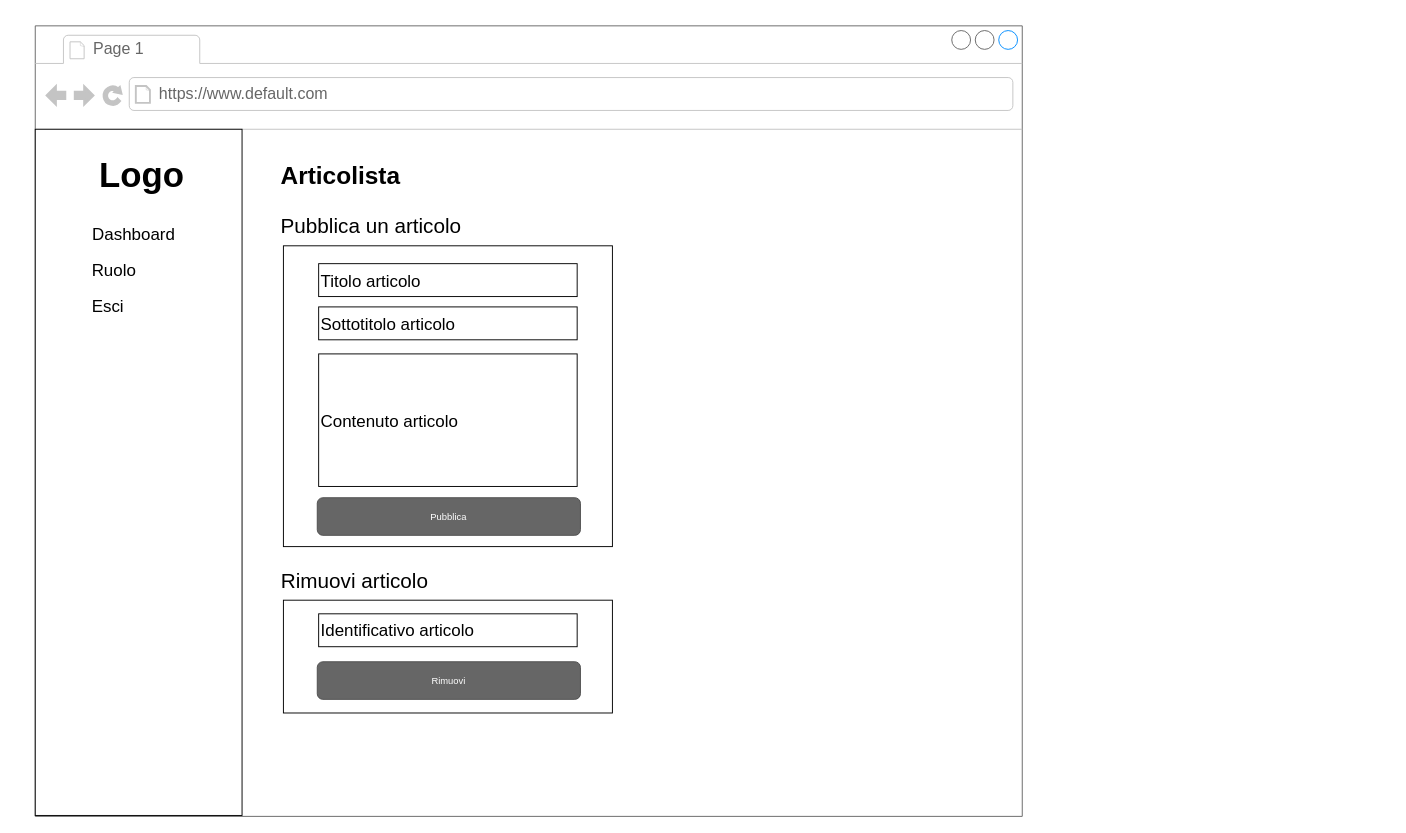
The draw.io diagram 21-10-2021/Risorse/Layouts (.drawio)/Articolista.drawio in is-shodan-20-21/docs, before the edit. Source tidied: cells renumbered, new cells numbered last; positions are measured from the earlier drawing's top-left corner, leaving out a move shared by most shapes. Both pictures are drawn from the tidied source at 94%, with x=0, y=0 at pixel (35, 25).
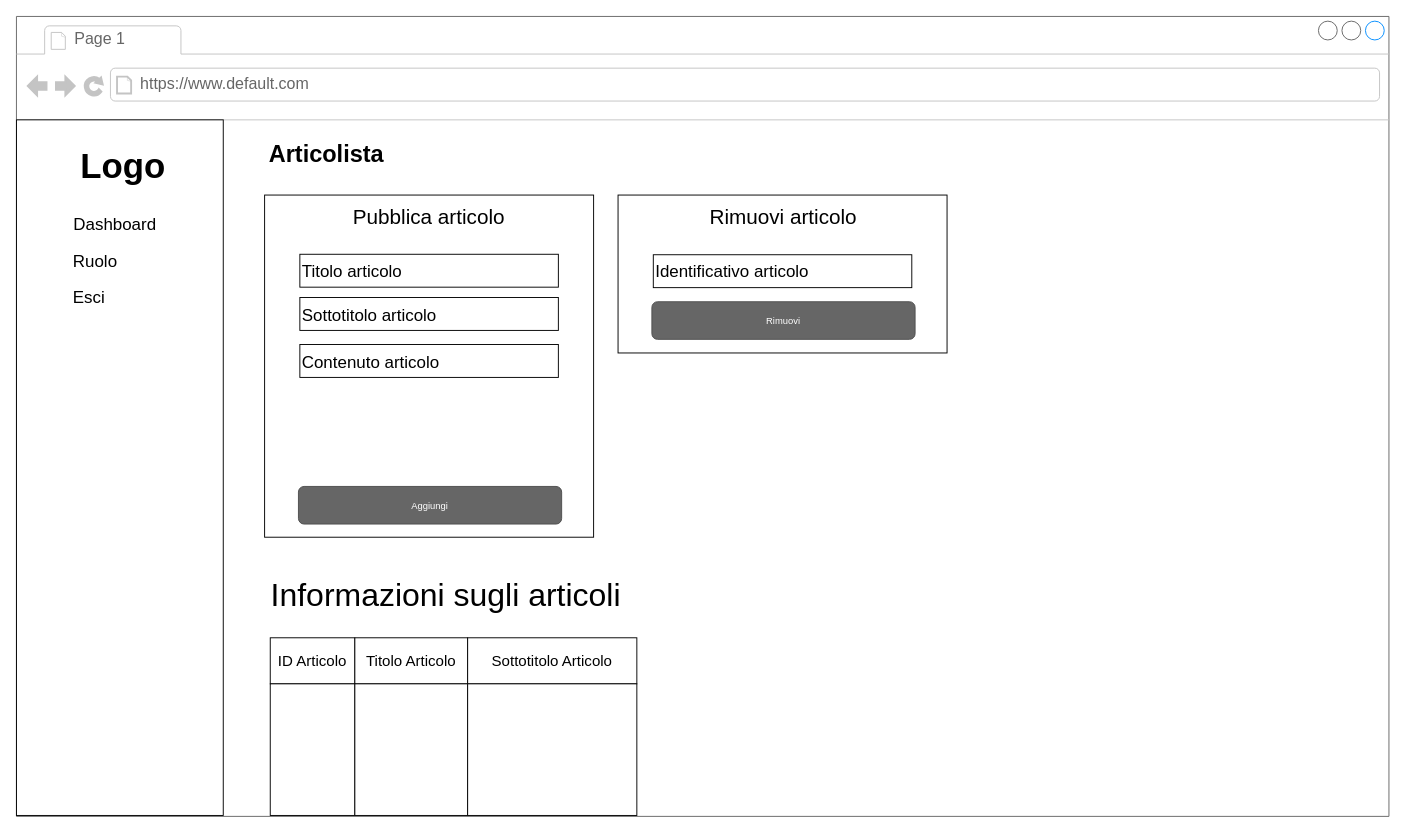
The same page after the edit.

The edit, as a diff of the source:
```diff
@@
-<mxGraphModel background="#ffffff">
+<mxGraphModel>
@@
-    <mxCell id="2" style="strokeWidth=1;shadow=0;dashed=0;align=center;html=1;shape=mxgraph.mockup.containers.browserWindow;rSize=0;strokeColor=#666666;mainText=,;rounded=0;labelBackgroundColor=none;fontFamily=Verdana;fontSize=12;" parent="1" vertex="1">
-      <mxGeometry width="1050" height="841" as="geometry" />
-    </mxCell>
+    <mxCell id="21" style="strokeWidth=1;shadow=0;dashed=0;align=center;html=1;shape=mxgraph.mockup.containers.browserWindow;rSize=0;strokeColor=#666666;mainText=,;rounded=0;labelBackgroundColor=none;fontFamily=Verdana;fontSize=12;fillColor=#FFFFFF;" parent="1" vertex="1">
+      <mxGeometry x="-20" y="-10" width="1460.1" height="851" as="geometry" />
+    </mxCell>
-    <mxCell id="3" value="Page 1" style="strokeWidth=1;shadow=0;dashed=0;align=center;html=1;shape=mxgraph.mockup.containers.anchor;fontSize=17;fontColor=#666666;align=left;" parent="2" vertex="1">
+    <mxCell id="3" value="Page 1" style="strokeWidth=1;shadow=0;dashed=0;align=center;html=1;shape=mxgraph.mockup.containers.anchor;fontSize=17;fontColor=#666666;align=left;" parent="21" vertex="1">
       <mxGeometry x="60" y="12" width="110" height="26" as="geometry" />
     </mxCell>
-    <mxCell id="4" value="https://www.default.com" style="strokeWidth=1;shadow=0;dashed=0;align=center;html=1;shape=mxgraph.mockup.containers.anchor;rSize=0;fontSize=17;fontColor=#666666;align=left;" parent="2" vertex="1">
+    <mxCell id="4" value="https://www.default.com" style="strokeWidth=1;shadow=0;dashed=0;align=center;html=1;shape=mxgraph.mockup.containers.anchor;rSize=0;fontSize=17;fontColor=#666666;align=left;" parent="21" vertex="1">
       <mxGeometry x="130" y="60" width="250" height="26" as="geometry" />
     </mxCell>
-    <mxCell id="5" style="rounded=0;whiteSpace=wrap;html=1;fontSize=34;" parent="2" vertex="1">
-      <mxGeometry y="110" width="220" height="730" as="geometry" />
-    </mxCell>
+    <mxCell id="22" style="rounded=0;whiteSpace=wrap;html=1;fontSize=34;" parent="21" vertex="1">
+      <mxGeometry y="110" width="220" height="740" as="geometry" />
+    </mxCell>
-    <mxCell id="6" value="&lt;font style=&quot;font-size: 37px&quot;&gt;Logo&lt;/font&gt;" style="text;strokeColor=none;fillColor=none;html=1;fontSize=24;fontStyle=1;verticalAlign=middle;align=center;" parent="2" vertex="1">
+    <mxCell id="6" value="&lt;font style=&quot;font-size: 37px&quot;&gt;Logo&lt;/font&gt;" style="text;strokeColor=none;fillColor=none;html=1;fontSize=24;fontStyle=1;verticalAlign=middle;align=center;" parent="21" vertex="1">
       <mxGeometry x="15" y="130" width="195" height="60" as="geometry" />
     </mxCell>
-    <mxCell id="7" value="&lt;font style=&quot;font-size: 18px&quot;&gt;Dashboard&lt;/font&gt;" style="text;html=1;strokeColor=none;fillColor=none;align=center;verticalAlign=middle;whiteSpace=wrap;rounded=0;fontSize=20;" parent="2" vertex="1">
+    <mxCell id="7" value="&lt;font style=&quot;font-size: 18px&quot;&gt;Dashboard&lt;/font&gt;" style="text;html=1;strokeColor=none;fillColor=none;align=center;verticalAlign=middle;whiteSpace=wrap;rounded=0;fontSize=20;" parent="21" vertex="1">
       <mxGeometry x="40" y="206" width="130" height="30" as="geometry" />
     </mxCell>
-    <mxCell id="8" value="&lt;font style=&quot;font-size: 18px&quot;&gt;Ruolo&lt;/font&gt;" style="text;html=1;strokeColor=none;fillColor=none;align=center;verticalAlign=middle;whiteSpace=wrap;rounded=0;fontSize=20;" parent="2" vertex="1">
+    <mxCell id="8" value="&lt;font style=&quot;font-size: 18px&quot;&gt;Ruolo&lt;/font&gt;" style="text;html=1;strokeColor=none;fillColor=none;align=center;verticalAlign=middle;whiteSpace=wrap;rounded=0;fontSize=20;" parent="21" vertex="1">
       <mxGeometry x="49" y="245" width="70" height="30" as="geometry" />
     </mxCell>
-    <mxCell id="9" value="&lt;font style=&quot;font-size: 18px&quot;&gt;Esci&lt;/font&gt;" style="text;html=1;strokeColor=none;fillColor=none;align=center;verticalAlign=middle;whiteSpace=wrap;rounded=0;fontSize=20;" parent="2" vertex="1">
+    <mxCell id="9" value="&lt;font style=&quot;font-size: 18px&quot;&gt;Esci&lt;/font&gt;" style="text;html=1;strokeColor=none;fillColor=none;align=center;verticalAlign=middle;whiteSpace=wrap;rounded=0;fontSize=20;" parent="21" vertex="1">
       <mxGeometry x="45" y="283" width="65" height="30" as="geometry" />
     </mxCell>
-    <mxCell id="10" value="&lt;span style=&quot;font-size: 26px&quot;&gt;&lt;b&gt;Articolista&lt;/b&gt;&lt;/span&gt;" style="text;html=1;strokeColor=none;fillColor=none;align=center;verticalAlign=middle;whiteSpace=wrap;rounded=0;" parent="2" vertex="1">
-      <mxGeometry x="295" y="145" width="60" height="30" as="geometry" />
+    <mxCell id="10" value="&lt;div&gt;Articolista&lt;/div&gt;" style="text;html=1;strokeColor=none;fillColor=none;align=center;verticalAlign=middle;whiteSpace=wrap;rounded=0;strokeWidth=6;fontSize=25;fontStyle=1;" parent="21" vertex="1">
+      <mxGeometry x="300" y="130" width="60" height="30" as="geometry" />
     </mxCell>
-    <mxCell id="11" style="rounded=0;whiteSpace=wrap;html=1;fontSize=26;" parent="2" vertex="1">
-      <mxGeometry x="264" y="234" width="350" height="320" as="geometry" />
-    </mxCell>
-    <mxCell id="12" style="rounded=0;whiteSpace=wrap;html=1;fontSize=26;" parent="2" vertex="1">
-      <mxGeometry x="264" y="611" width="350" height="120" as="geometry" />
-    </mxCell>
-    <mxCell id="13" value="&lt;font style=&quot;font-size: 22px&quot;&gt;Pubblica un articolo&lt;/font&gt;" style="text;html=1;strokeColor=none;fillColor=none;align=center;verticalAlign=middle;whiteSpace=wrap;rounded=0;fontSize=26;" parent="2" vertex="1">
-      <mxGeometry x="259" y="197" width="197" height="30" as="geometry" />
-    </mxCell>
+    <mxCell id="23" style="rounded=0;whiteSpace=wrap;html=1;fontSize=26;" parent="21" vertex="1">
+      <mxGeometry x="264" y="190" width="350" height="364" as="geometry" />
+    </mxCell>
+    <mxCell id="24" style="rounded=0;whiteSpace=wrap;html=1;fontSize=26;" parent="21" vertex="1">
+      <mxGeometry x="640" y="190" width="350" height="168" as="geometry" />
+    </mxCell>
+    <mxCell id="25" value="&lt;font style=&quot;font-size: 22px&quot;&gt;Pubblica articolo&lt;/font&gt;" style="text;html=1;strokeColor=none;fillColor=none;align=center;verticalAlign=middle;whiteSpace=wrap;rounded=0;fontSize=26;" parent="21" vertex="1">
+      <mxGeometry x="339" y="197" width="200" height="30" as="geometry" />
+    </mxCell>
-    <mxCell id="14" value="&lt;font style=&quot;font-size: 22px&quot;&gt;Rimuovi articolo&lt;/font&gt;" style="text;html=1;strokeColor=none;fillColor=none;align=center;verticalAlign=middle;whiteSpace=wrap;rounded=0;fontSize=26;" parent="2" vertex="1">
-      <mxGeometry x="250" y="575" width="180" height="30" as="geometry" />
+    <mxCell id="14" value="&lt;font style=&quot;font-size: 22px&quot;&gt;Rimuovi articolo&lt;/font&gt;" style="text;html=1;strokeColor=none;fillColor=none;align=center;verticalAlign=middle;whiteSpace=wrap;rounded=0;fontSize=26;" parent="21" vertex="1">
+      <mxGeometry x="726" y="197" width="180" height="30" as="geometry" />
     </mxCell>
-    <mxCell id="15" value="&lt;font style=&quot;font-size: 18px&quot;&gt;Titolo articolo&lt;/font&gt;" style="rounded=0;whiteSpace=wrap;html=1;fontSize=22;align=left;" parent="2" vertex="1">
+    <mxCell id="15" value="&lt;font style=&quot;font-size: 18px&quot;&gt;Titolo articolo&lt;/font&gt;" style="rounded=0;whiteSpace=wrap;html=1;fontSize=22;align=left;" parent="21" vertex="1">
       <mxGeometry x="301.5" y="253" width="275" height="35" as="geometry" />
     </mxCell>
-    <mxCell id="16" value="&lt;font style=&quot;font-size: 18px&quot;&gt;Sottotitolo articolo&lt;/font&gt;" style="rounded=0;whiteSpace=wrap;html=1;fontSize=22;align=left;" parent="2" vertex="1">
+    <mxCell id="16" value="&lt;font style=&quot;font-size: 18px&quot;&gt;Sottotitolo articolo&lt;/font&gt;" style="rounded=0;whiteSpace=wrap;html=1;fontSize=22;align=left;" parent="21" vertex="1">
       <mxGeometry x="301.5" y="299" width="275" height="35" as="geometry" />
     </mxCell>
-    <mxCell id="17" value="&lt;font style=&quot;font-size: 18px&quot;&gt;Contenuto articolo&lt;/font&gt;" style="rounded=0;whiteSpace=wrap;html=1;fontSize=22;align=left;" parent="2" vertex="1">
-      <mxGeometry x="301.5" y="349" width="275" height="141" as="geometry" />
+    <mxCell id="17" value="&lt;font style=&quot;font-size: 18px&quot;&gt;Contenuto articolo&lt;/font&gt;" style="rounded=0;whiteSpace=wrap;html=1;fontSize=22;align=left;" parent="21" vertex="1">
+      <mxGeometry x="301.5" y="349" width="275" height="35" as="geometry" />
     </mxCell>
-    <mxCell id="18" value="Pubblica" style="rounded=1;html=1;shadow=0;dashed=0;whiteSpace=wrap;fontSize=10;fillColor=#666666;align=center;strokeColor=#4D4D4D;fontColor=#ffffff;" parent="2" vertex="1">
-      <mxGeometry x="300" y="502" width="280" height="40" as="geometry" />
-    </mxCell>
+    <mxCell id="26" value="Aggiungi" style="rounded=1;html=1;shadow=0;dashed=0;whiteSpace=wrap;fontSize=10;fillColor=#666666;align=center;strokeColor=#4D4D4D;fontColor=#ffffff;" parent="21" vertex="1">
+      <mxGeometry x="300" y="500" width="280" height="40" as="geometry" />
+    </mxCell>
-    <mxCell id="19" value="&lt;font style=&quot;font-size: 18px&quot;&gt;Identificativo articolo&lt;/font&gt;" style="rounded=0;whiteSpace=wrap;html=1;fontSize=22;align=left;" parent="2" vertex="1">
-      <mxGeometry x="301.5" y="625.5" width="275" height="35" as="geometry" />
+    <mxCell id="19" value="&lt;font style=&quot;font-size: 18px&quot;&gt;Identificativo articolo&lt;br&gt;&lt;/font&gt;" style="rounded=0;whiteSpace=wrap;html=1;fontSize=22;align=left;" parent="21" vertex="1">
+      <mxGeometry x="677.5" y="253.5" width="275" height="35" as="geometry" />
     </mxCell>
-    <mxCell id="20" value="Rimuovi" style="rounded=1;html=1;shadow=0;dashed=0;whiteSpace=wrap;fontSize=10;fillColor=#666666;align=center;strokeColor=#4D4D4D;fontColor=#ffffff;" parent="2" vertex="1">
-      <mxGeometry x="300" y="676.5" width="280" height="40" as="geometry" />
+    <mxCell id="20" value="Rimuovi" style="rounded=1;html=1;shadow=0;dashed=0;whiteSpace=wrap;fontSize=10;fillColor=#666666;align=center;strokeColor=#4D4D4D;fontColor=#ffffff;" parent="21" vertex="1">
+      <mxGeometry x="676" y="303.5" width="280" height="40" as="geometry" />
     </mxCell>
+    <mxCell id="27" value="Informazioni sugli articoli" style="text;html=1;strokeColor=none;fillColor=none;align=center;verticalAlign=middle;whiteSpace=wrap;rounded=0;fontSize=34;" parent="21" vertex="1">
+      <mxGeometry x="264" y="601" width="386" height="30" as="geometry" />
+    </mxCell>
+    <mxCell id="28" value="ID Articolo" style="rounded=0;whiteSpace=wrap;html=1;fontSize=16;strokeWidth=1;fillColor=#FFFFFF;" parent="21" vertex="1">
+      <mxGeometry x="270" y="661" width="90" height="49" as="geometry" />
+    </mxCell>
+    <mxCell id="29" value="Titolo Articolo" style="rounded=0;whiteSpace=wrap;html=1;fontSize=16;strokeWidth=1;fillColor=#FFFFFF;" parent="21" vertex="1">
+      <mxGeometry x="360" y="661" width="120" height="49" as="geometry" />
+    </mxCell>
+    <mxCell id="30" value="Sottotitolo Articolo" style="rounded=0;whiteSpace=wrap;html=1;fontSize=16;strokeWidth=1;fillColor=#FFFFFF;" parent="21" vertex="1">
+      <mxGeometry x="480" y="661" width="180" height="49" as="geometry" />
+    </mxCell>
+    <mxCell id="31" style="rounded=0;whiteSpace=wrap;html=1;fontSize=16;strokeWidth=1;fillColor=#FFFFFF;" parent="21" vertex="1">
+      <mxGeometry x="270" y="710" width="90" height="140" as="geometry" />
+    </mxCell>
+    <mxCell id="32" style="rounded=0;whiteSpace=wrap;html=1;fontSize=16;strokeWidth=1;fillColor=#FFFFFF;" parent="21" vertex="1">
+      <mxGeometry x="360" y="710" width="120" height="140" as="geometry" />
+    </mxCell>
+    <mxCell id="33" style="rounded=0;whiteSpace=wrap;html=1;fontSize=16;strokeWidth=1;fillColor=#FFFFFF;" parent="21" vertex="1">
+      <mxGeometry x="480" y="710" width="180" height="140" as="geometry" />
+    </mxCell>
```
